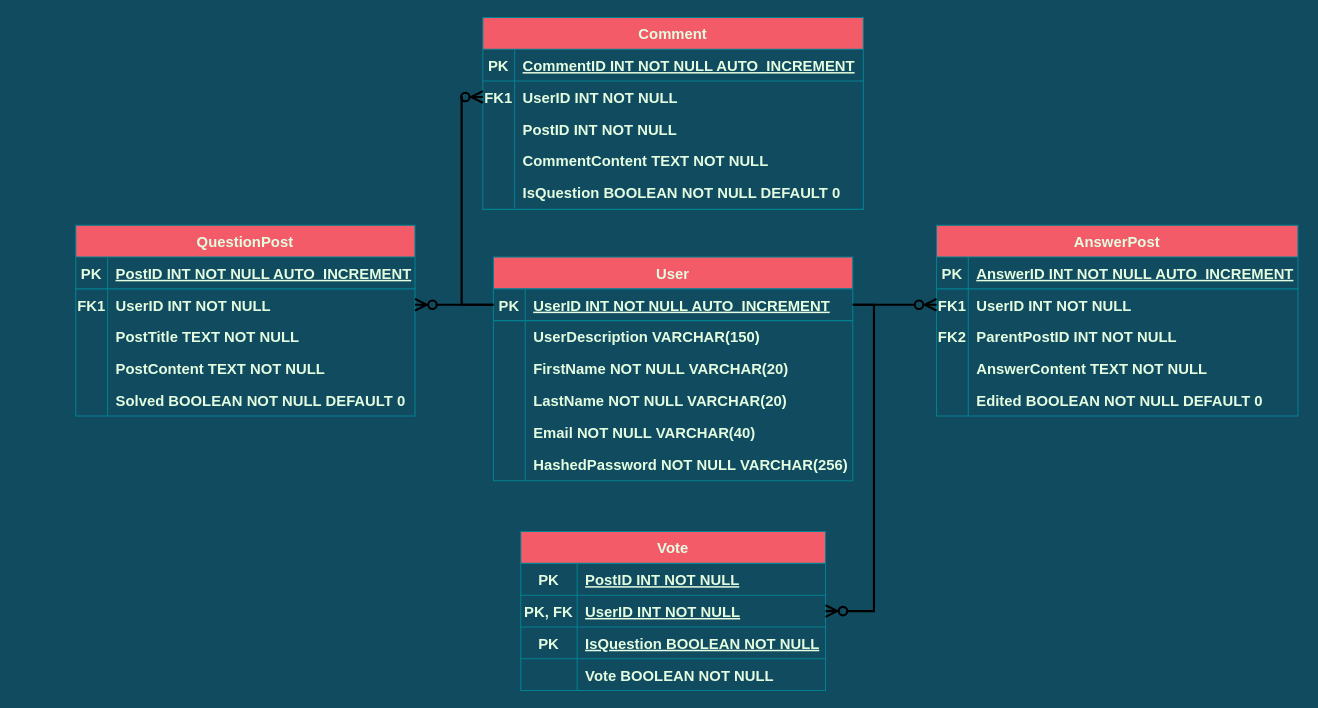
The draw.io diagram database/ERD.drawio in HurtzWhenIP/wits-overflow, before the edit. Source tidied: cells renumbered, new cells numbered last; positions are measured from the earlier drawing's top-left corner, leaving out a move shared by most shapes. Both pictures are drawn from the tidied source at 106%, with x=0, y=0 at pixel (75, 17).
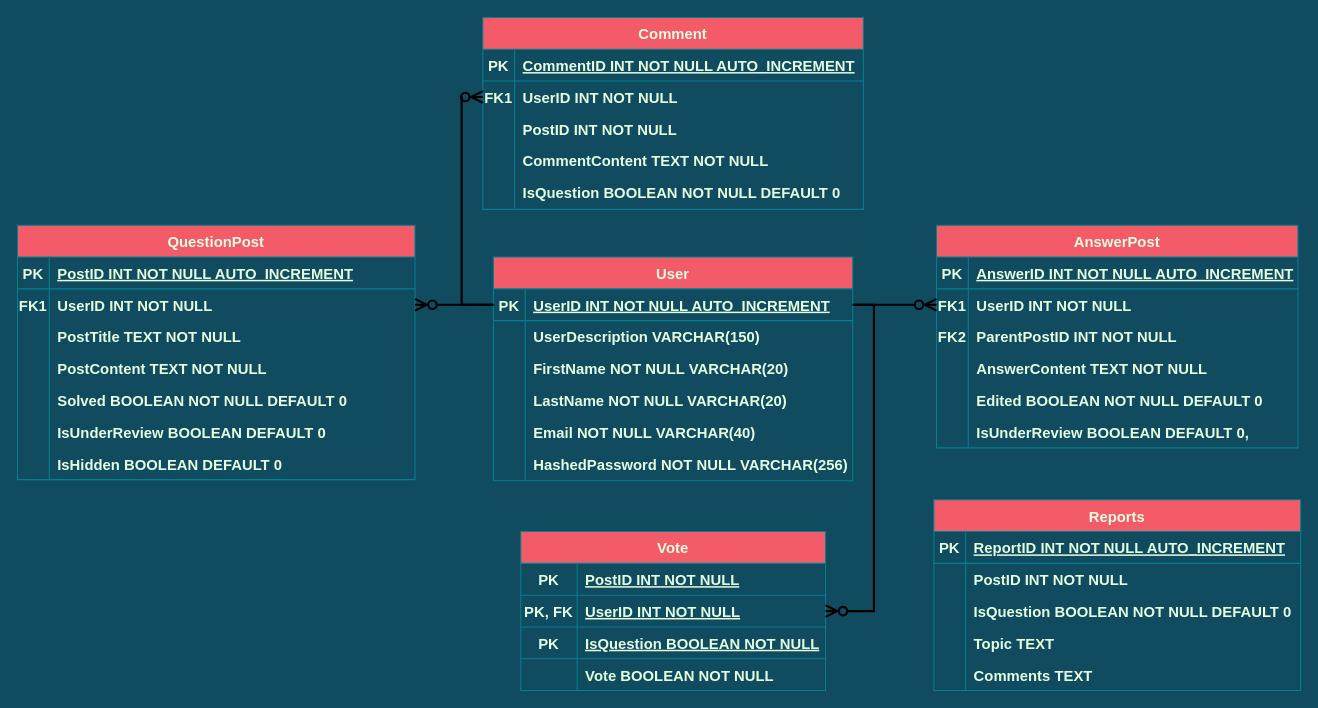
The same page after the edit.

Commit message:
Update ERD diagram

The edit, as a diff of the source:
```diff
@@
     <mxCell id="2" value="QuestionPost" style="shape=table;startSize=30;childLayout=tableLayout;rowLines=0;fontStyle=1;align=center;fillColor=#F45B69;strokeColor=#028090;fontColor=#E4FDE1;fontSize=14;" parent="1" vertex="1">
-      <mxGeometry y="196" width="320" height="180" as="geometry" />
+      <mxGeometry x="-55" y="196" width="375" height="240" as="geometry" />
     </mxCell>
     <mxCell id="3" style="shape=partialRectangle;fillColor=none;top=0;left=0;right=0;bottom=1;strokeColor=#028090;fontColor=#E4FDE1;fontSize=14;fontStyle=1;" parent="2" vertex="1">
-      <mxGeometry y="30" width="320" height="30" as="geometry" />
+      <mxGeometry y="30" width="375" height="30" as="geometry" />
     </mxCell>
@@
     <mxCell id="5" value="PostID INT NOT NULL AUTO_INCREMENT" style="shape=partialRectangle;overflow=hidden;fillColor=none;top=0;left=0;bottom=0;right=0;align=left;spacingLeft=6;fontStyle=5;strokeColor=#028090;fontColor=#E4FDE1;fontSize=14;" parent="3" vertex="1">
-      <mxGeometry x="30" width="290" height="30" as="geometry" />
+      <mxGeometry x="30" width="345" height="30" as="geometry" />
     </mxCell>
     <mxCell id="6" style="shape=partialRectangle;fillColor=none;points=[[0,0.5],[1,0.5]];portConstraint=eastwest;top=0;left=0;right=0;bottom=0;strokeColor=#028090;fontColor=#E4FDE1;fontSize=14;fontStyle=1;" parent="2" vertex="1">
-      <mxGeometry y="60" width="320" height="30" as="geometry" />
+      <mxGeometry y="60" width="375" height="30" as="geometry" />
     </mxCell>
@@
     <mxCell id="8" value="UserID INT NOT NULL" style="shape=partialRectangle;overflow=hidden;fillColor=none;top=0;left=0;bottom=0;right=0;align=left;spacingLeft=6;strokeColor=#028090;fontColor=#E4FDE1;fontSize=14;fontStyle=1;" parent="6" vertex="1">
-      <mxGeometry x="30" width="290" height="30" as="geometry" />
+      <mxGeometry x="30" width="345" height="30" as="geometry" />
     </mxCell>
     <mxCell id="9" style="shape=partialRectangle;fillColor=none;top=0;left=0;right=0;bottom=0;strokeColor=#028090;fontColor=#E4FDE1;fontSize=14;fontStyle=1;" parent="2" vertex="1">
-      <mxGeometry y="90" width="320" height="30" as="geometry" />
+      <mxGeometry y="90" width="375" height="30" as="geometry" />
     </mxCell>
@@
     <mxCell id="11" value="PostTitle TEXT NOT NULL" style="shape=partialRectangle;overflow=hidden;fillColor=none;top=0;left=0;bottom=0;right=0;align=left;spacingLeft=6;strokeColor=#028090;fontColor=#E4FDE1;fontSize=14;fontStyle=1;" parent="9" vertex="1">
-      <mxGeometry x="30" width="290" height="30" as="geometry" />
+      <mxGeometry x="30" width="345" height="30" as="geometry" />
     </mxCell>
     <mxCell id="12" style="shape=partialRectangle;fillColor=none;top=0;left=0;right=0;bottom=0;strokeColor=#028090;fontColor=#E4FDE1;fontSize=14;fontStyle=1;" parent="2" vertex="1">
-      <mxGeometry y="120" width="320" height="30" as="geometry" />
+      <mxGeometry y="120" width="375" height="30" as="geometry" />
     </mxCell>
@@
     <mxCell id="14" value="PostContent TEXT NOT NULL" style="shape=partialRectangle;overflow=hidden;fillColor=none;top=0;left=0;bottom=0;right=0;align=left;spacingLeft=6;strokeColor=#028090;fontColor=#E4FDE1;fontSize=14;fontStyle=1;" parent="12" vertex="1">
-      <mxGeometry x="30" width="290" height="30" as="geometry" />
+      <mxGeometry x="30" width="345" height="30" as="geometry" />
     </mxCell>
+    <mxCell id="86" style="shape=partialRectangle;fillColor=none;top=0;left=0;right=0;bottom=0;strokeColor=#028090;fontColor=#E4FDE1;fontSize=14;fontStyle=1;" parent="2" vertex="1">
+      <mxGeometry y="150" width="375" height="30" as="geometry" />
+    </mxCell>
+    <mxCell id="87" style="shape=partialRectangle;overflow=hidden;fillColor=none;top=0;left=0;bottom=0;right=0;strokeColor=#028090;fontColor=#E4FDE1;fontSize=14;fontStyle=1;" parent="86" vertex="1">
+      <mxGeometry width="30" height="30" as="geometry" />
+    </mxCell>
+    <mxCell id="88" value="Solved BOOLEAN NOT NULL DEFAULT 0" style="shape=partialRectangle;overflow=hidden;fillColor=none;top=0;left=0;bottom=0;right=0;align=left;spacingLeft=6;strokeColor=#028090;fontColor=#E4FDE1;fontSize=14;fontStyle=1;" parent="86" vertex="1">
+      <mxGeometry x="30" width="345" height="30" as="geometry" />
+    </mxCell>
+    <mxCell id="89" style="shape=partialRectangle;fillColor=none;top=0;left=0;right=0;bottom=0;strokeColor=#028090;fontColor=#E4FDE1;fontSize=14;fontStyle=1;" parent="2" vertex="1">
+      <mxGeometry y="180" width="375" height="30" as="geometry" />
+    </mxCell>
+    <mxCell id="90" style="shape=partialRectangle;overflow=hidden;fillColor=none;top=0;left=0;bottom=0;right=0;strokeColor=#028090;fontColor=#E4FDE1;fontSize=14;fontStyle=1;" parent="89" vertex="1">
+      <mxGeometry width="30" height="30" as="geometry" />
+    </mxCell>
+    <mxCell id="91" value="IsUnderReview BOOLEAN DEFAULT 0" style="shape=partialRectangle;overflow=hidden;fillColor=none;top=0;left=0;bottom=0;right=0;align=left;spacingLeft=6;strokeColor=#028090;fontColor=#E4FDE1;fontSize=14;fontStyle=1;" parent="89" vertex="1">
+      <mxGeometry x="30" width="345" height="30" as="geometry" />
+    </mxCell>
     <mxCell id="15" style="shape=partialRectangle;fillColor=none;top=0;left=0;right=0;bottom=0;strokeColor=#028090;fontColor=#E4FDE1;fontSize=14;fontStyle=1;" parent="2" vertex="1">
-      <mxGeometry y="150" width="320" height="30" as="geometry" />
+      <mxGeometry y="210" width="375" height="30" as="geometry" />
     </mxCell>
@@
-    <mxCell id="17" value="Solved BOOLEAN NOT NULL DEFAULT 0" style="shape=partialRectangle;overflow=hidden;fillColor=none;top=0;left=0;bottom=0;right=0;align=left;spacingLeft=6;strokeColor=#028090;fontColor=#E4FDE1;fontSize=14;fontStyle=1;" parent="15" vertex="1">
-      <mxGeometry x="30" width="290" height="30" as="geometry" />
+    <mxCell id="17" value="IsHidden BOOLEAN DEFAULT 0" style="shape=partialRectangle;overflow=hidden;fillColor=none;top=0;left=0;bottom=0;right=0;align=left;spacingLeft=6;strokeColor=#028090;fontColor=#E4FDE1;fontSize=14;fontStyle=1;" parent="15" vertex="1">
+      <mxGeometry x="30" width="345" height="30" as="geometry" />
     </mxCell>
@@
     <mxCell id="37" value="AnswerPost" style="shape=table;startSize=30;childLayout=tableLayout;rowLines=0;fontStyle=1;align=center;fillColor=#F45B69;strokeColor=#028090;fontColor=#E4FDE1;fontSize=14;" parent="1" vertex="1">
-      <mxGeometry x="812" y="196" width="341" height="180" as="geometry" />
+      <mxGeometry x="812" y="196" width="341" height="210" as="geometry" />
     </mxCell>
@@
+    <mxCell id="92" style="shape=partialRectangle;fillColor=none;top=0;left=0;right=0;bottom=0;strokeColor=#028090;fontColor=#E4FDE1;fontSize=14;fontStyle=1;" parent="37" vertex="1">
+      <mxGeometry y="180" width="341" height="30" as="geometry" />
+    </mxCell>
+    <mxCell id="93" style="shape=partialRectangle;overflow=hidden;fillColor=none;top=0;left=0;bottom=0;right=0;strokeColor=#028090;fontColor=#E4FDE1;fontSize=14;fontStyle=1;" parent="92" vertex="1">
+      <mxGeometry width="30" height="30" as="geometry" />
+    </mxCell>
+    <mxCell id="94" value="IsUnderReview BOOLEAN DEFAULT 0," style="shape=partialRectangle;overflow=hidden;fillColor=none;top=0;left=0;bottom=0;right=0;align=left;spacingLeft=6;strokeColor=#028090;fontColor=#E4FDE1;fontSize=14;fontStyle=1;" parent="92" vertex="1">
+      <mxGeometry x="30" width="311" height="30" as="geometry" />
+    </mxCell>
@@
+    <mxCell id="95" value="Reports" style="shape=table;startSize=30;childLayout=tableLayout;rowLines=0;fontStyle=1;align=center;fillColor=#F45B69;strokeColor=#028090;fontColor=#E4FDE1;fontSize=14;" parent="1" vertex="1">
+      <mxGeometry x="809.5" y="455" width="346" height="180" as="geometry" />
+    </mxCell>
+    <mxCell id="96" style="shape=partialRectangle;fillColor=none;top=0;left=0;right=0;bottom=1;strokeColor=#028090;fontColor=#E4FDE1;fontSize=14;fontStyle=1;" parent="95" vertex="1">
+      <mxGeometry y="30" width="346" height="30" as="geometry" />
+    </mxCell>
+    <mxCell id="97" value="PK" style="shape=partialRectangle;overflow=hidden;fillColor=none;top=0;left=0;bottom=0;right=0;fontStyle=1;strokeColor=#028090;fontColor=#E4FDE1;fontSize=14;" parent="96" vertex="1">
+      <mxGeometry width="30" height="30" as="geometry" />
+    </mxCell>
+    <mxCell id="98" value="ReportID INT NOT NULL AUTO_INCREMENT" style="shape=partialRectangle;overflow=hidden;fillColor=none;top=0;left=0;bottom=0;right=0;align=left;spacingLeft=6;fontStyle=5;strokeColor=#028090;fontColor=#E4FDE1;fontSize=14;" parent="96" vertex="1">
+      <mxGeometry x="30" width="316" height="30" as="geometry" />
+    </mxCell>
+    <mxCell id="99" style="shape=partialRectangle;fillColor=none;top=0;left=0;right=0;bottom=0;strokeColor=#028090;fontColor=#E4FDE1;fontSize=14;fontStyle=1;" parent="95" vertex="1">
+      <mxGeometry y="60" width="346" height="30" as="geometry" />
+    </mxCell>
+    <mxCell id="100" style="shape=partialRectangle;overflow=hidden;fillColor=none;top=0;left=0;bottom=0;right=0;strokeColor=#028090;fontColor=#E4FDE1;fontSize=14;fontStyle=1;" parent="99" vertex="1">
+      <mxGeometry width="30" height="30" as="geometry" />
+    </mxCell>
+    <mxCell id="101" value="PostID INT NOT NULL" style="shape=partialRectangle;overflow=hidden;fillColor=none;top=0;left=0;bottom=0;right=0;align=left;spacingLeft=6;strokeColor=#028090;fontColor=#E4FDE1;fontSize=14;fontStyle=1;" parent="99" vertex="1">
+      <mxGeometry x="30" width="316" height="30" as="geometry" />
+    </mxCell>
+    <mxCell id="102" style="shape=partialRectangle;fillColor=none;top=0;left=0;right=0;bottom=0;strokeColor=#028090;fontColor=#E4FDE1;fontSize=14;fontStyle=1;" parent="95" vertex="1">
+      <mxGeometry y="90" width="346" height="30" as="geometry" />
+    </mxCell>
+    <mxCell id="103" style="shape=partialRectangle;overflow=hidden;fillColor=none;top=0;left=0;bottom=0;right=0;strokeColor=#028090;fontColor=#E4FDE1;fontSize=14;fontStyle=1;" parent="102" vertex="1">
+      <mxGeometry width="30" height="30" as="geometry" />
+    </mxCell>
+    <mxCell id="104" value="IsQuestion BOOLEAN NOT NULL DEFAULT 0" style="shape=partialRectangle;overflow=hidden;fillColor=none;top=0;left=0;bottom=0;right=0;align=left;spacingLeft=6;strokeColor=#028090;fontColor=#E4FDE1;fontSize=14;fontStyle=1;" parent="102" vertex="1">
+      <mxGeometry x="30" width="316" height="30" as="geometry" />
+    </mxCell>
+    <mxCell id="105" style="shape=partialRectangle;fillColor=none;top=0;left=0;right=0;bottom=0;strokeColor=#028090;fontColor=#E4FDE1;fontSize=14;fontStyle=1;" parent="95" vertex="1">
+      <mxGeometry y="120" width="346" height="30" as="geometry" />
+    </mxCell>
+    <mxCell id="106" style="shape=partialRectangle;overflow=hidden;fillColor=none;top=0;left=0;bottom=0;right=0;strokeColor=#028090;fontColor=#E4FDE1;fontSize=14;fontStyle=1;" parent="105" vertex="1">
+      <mxGeometry width="30" height="30" as="geometry" />
+    </mxCell>
+    <mxCell id="107" value="Topic TEXT " style="shape=partialRectangle;overflow=hidden;fillColor=none;top=0;left=0;bottom=0;right=0;align=left;spacingLeft=6;strokeColor=#028090;fontColor=#E4FDE1;fontSize=14;fontStyle=1;" parent="105" vertex="1">
+      <mxGeometry x="30" width="316" height="30" as="geometry" />
+    </mxCell>
+    <mxCell id="108" style="shape=partialRectangle;fillColor=none;top=0;left=0;right=0;bottom=0;strokeColor=#028090;fontColor=#E4FDE1;fontSize=14;fontStyle=1;" parent="95" vertex="1">
+      <mxGeometry y="150" width="346" height="30" as="geometry" />
+    </mxCell>
+    <mxCell id="109" style="shape=partialRectangle;overflow=hidden;fillColor=none;top=0;left=0;bottom=0;right=0;strokeColor=#028090;fontColor=#E4FDE1;fontSize=14;fontStyle=1;" parent="108" vertex="1">
+      <mxGeometry width="30" height="30" as="geometry" />
+    </mxCell>
+    <mxCell id="110" value="Comments TEXT" style="shape=partialRectangle;overflow=hidden;fillColor=none;top=0;left=0;bottom=0;right=0;align=left;spacingLeft=6;strokeColor=#028090;fontColor=#E4FDE1;fontSize=14;fontStyle=1;" parent="108" vertex="1">
+      <mxGeometry x="30" width="316" height="30" as="geometry" />
+    </mxCell>
```
